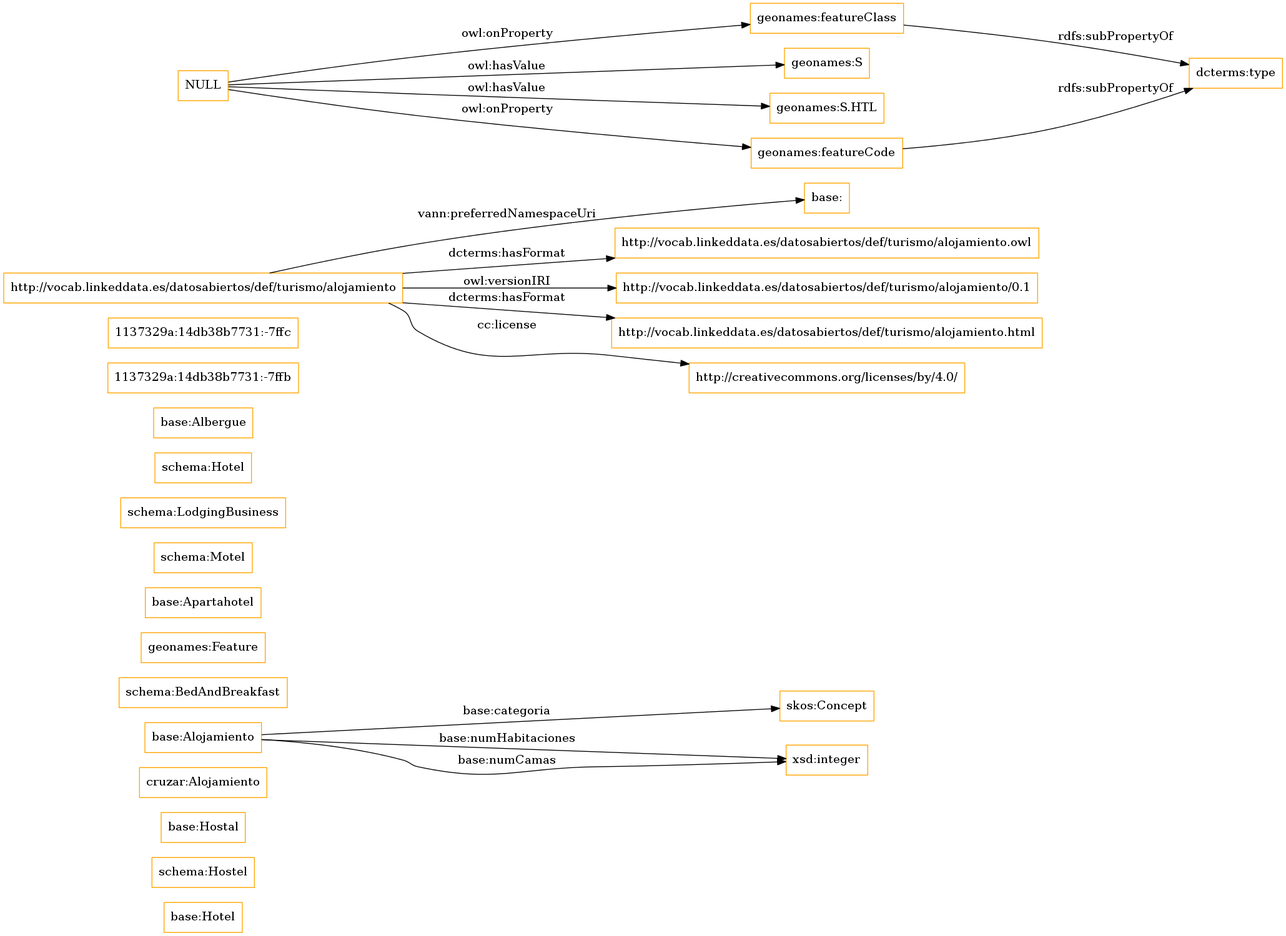
zhiyupan/test keeps this Graphviz diagram as OnToology/alojamiento.owl/diagrams/ar2dtool-class/alojamiento.owl.png. Above is the earlier version. Its source is kept beside it as OnToology/alojamiento.owl/diagrams/ar2dtool-class/alojamiento.owl.png.dot. Source of this version:
```dot
digraph ar2dtool_diagram {
rankdir=LR;
size="1501"
node [shape = rectangle, color="orange"]; "base:Hotel" "schema:Hostel" "base:Hostal" "cruzar:Alojamiento" "base:Alojamiento" "schema:BedAndBreakfast" "geonames:Feature" "base:Apartahotel" "schema:Motel" "schema:LodgingBusiness" "skos:Concept" "schema:Hotel" "base:Albergue" "1137329a:14db38b7731:-7ffb" "1137329a:14db38b7731:-7ffc" ; /*classes style*/
	"http://vocab.linkeddata.es/datosabiertos/def/turismo/alojamiento" -> "base:" [ label = "vann:preferredNamespaceUri" ];
	"http://vocab.linkeddata.es/datosabiertos/def/turismo/alojamiento" -> "http://vocab.linkeddata.es/datosabiertos/def/turismo/alojamiento.owl" [ label = "dcterms:hasFormat" ];
	"http://vocab.linkeddata.es/datosabiertos/def/turismo/alojamiento" -> "http://vocab.linkeddata.es/datosabiertos/def/turismo/alojamiento/0.1" [ label = "owl:versionIRI" ];
	"http://vocab.linkeddata.es/datosabiertos/def/turismo/alojamiento" -> "http://vocab.linkeddata.es/datosabiertos/def/turismo/alojamiento.html" [ label = "dcterms:hasFormat" ];
	"http://vocab.linkeddata.es/datosabiertos/def/turismo/alojamiento" -> "http://creativecommons.org/licenses/by/4.0/" [ label = "cc:license" ];
	"geonames:featureClass" -> "dcterms:type" [ label = "rdfs:subPropertyOf" ];
	"NULL" -> "geonames:S" [ label = "owl:hasValue" ];
	"NULL" -> "geonames:featureClass" [ label = "owl:onProperty" ];
	"NULL" -> "geonames:S.HTL" [ label = "owl:hasValue" ];
	"NULL" -> "geonames:featureCode" [ label = "owl:onProperty" ];
	"geonames:featureCode" -> "dcterms:type" [ label = "rdfs:subPropertyOf" ];
	"base:Alojamiento" -> "xsd:integer" [ label = "base:numHabitaciones" ];
	"base:Alojamiento" -> "xsd:integer" [ label = "base:numCamas" ];
	"base:Alojamiento" -> "skos:Concept" [ label = "base:categoria" ];

}
```
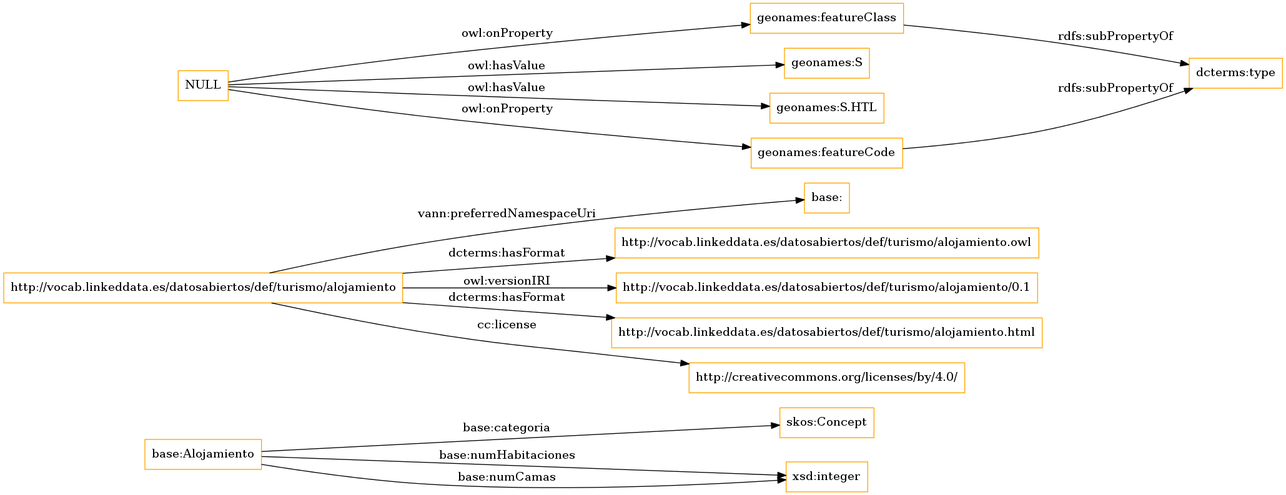
After the change.

Diff of the diagram source:
```diff
@@ -1,7 +1,7 @@
 digraph ar2dtool_diagram {
 rankdir=LR;
 size="1501"
-node [shape = rectangle, color="orange"]; "base:Hotel" "schema:Hostel" "base:Hostal" "cruzar:Alojamiento" "base:Alojamiento" "schema:BedAndBreakfast" "geonames:Feature" "base:Apartahotel" "schema:Motel" "schema:LodgingBusiness" "skos:Concept" "schema:Hotel" "base:Albergue" "1137329a:14db38b7731:-7ffb" "1137329a:14db38b7731:-7ffc" ; /*classes style*/
+node [shape = rectangle, color="orange"]; "base:Alojamiento" "skos:Concept" ; /*classes style*/
 	"http://vocab.linkeddata.es/datosabiertos/def/turismo/alojamiento" -> "base:" [ label = "vann:preferredNamespaceUri" ];
 	"http://vocab.linkeddata.es/datosabiertos/def/turismo/alojamiento" -> "http://vocab.linkeddata.es/datosabiertos/def/turismo/alojamiento.owl" [ label = "dcterms:hasFormat" ];
 	"http://vocab.linkeddata.es/datosabiertos/def/turismo/alojamiento" -> "http://vocab.linkeddata.es/datosabiertos/def/turismo/alojamiento/0.1" [ label = "owl:versionIRI" ];
```
